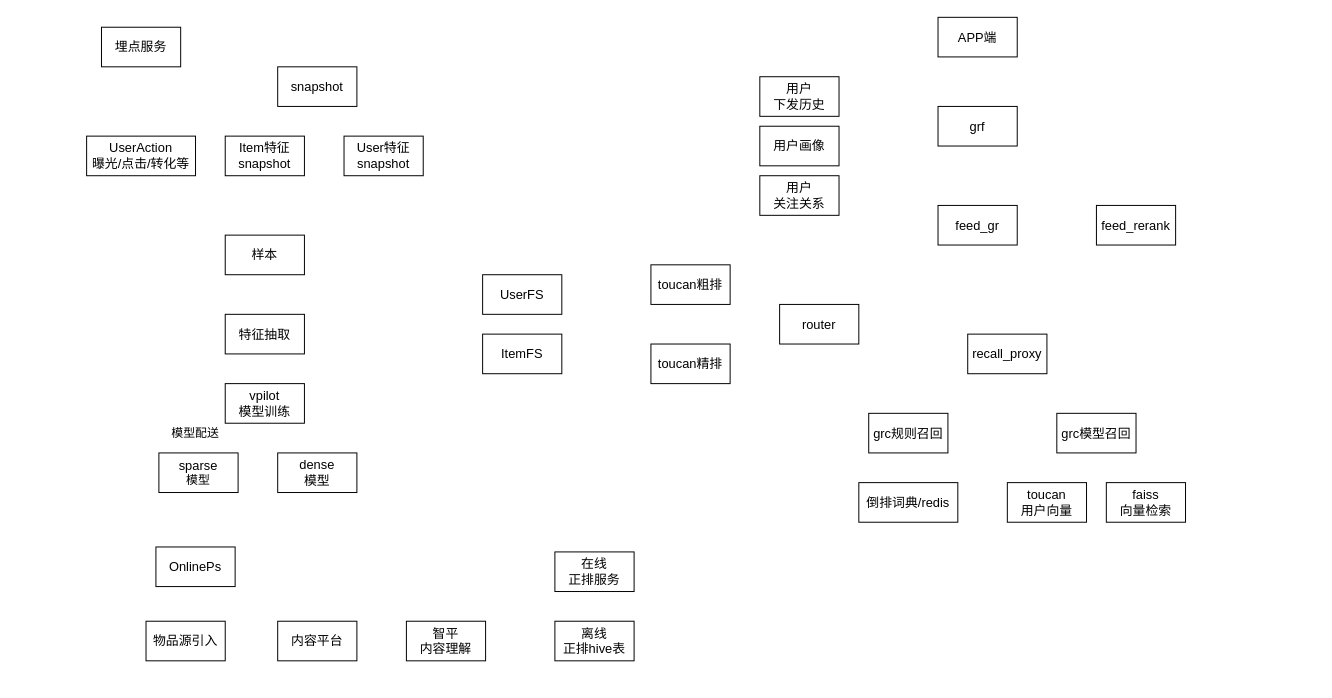
Earlier version of the draw.io diagram page "第 1 页" (1 of 3) of 推荐系统整体架构.drawio (yantao006/draw_io). Source tidied: cells renumbered, new cells numbered last; positions are measured from the earlier drawing's top-left corner, leaving out a move shared by most shapes. Both pictures are drawn from the tidied source at 99%, with x=0, y=0 at pixel (86, 17).
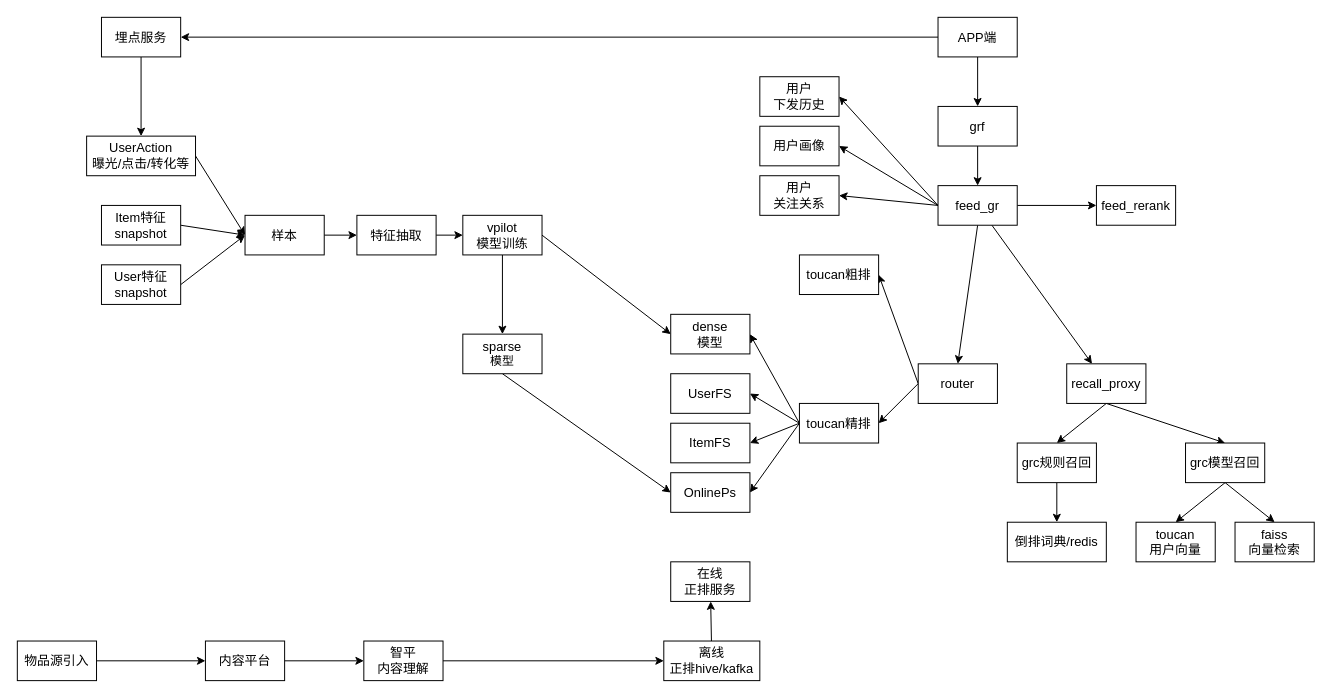
After the change.

Commit message:
更新推荐系统整体架构.drawio

The change refers to these unchanged cells:
```xml
<mxCell id="2" value="&lt;font style=&quot;font-size: 13px;&quot;&gt;APP端&lt;/font&gt;" style="rounded=0;whiteSpace=wrap;html=1;" parent="1" vertex="1">
  <mxGeometry x="860" width="80" height="40" as="geometry" />
</mxCell>
<mxCell id="3" value="&lt;font style=&quot;font-size: 13px;&quot;&gt;grf&lt;/font&gt;" style="rounded=0;whiteSpace=wrap;html=1;" parent="1" vertex="1">
  <mxGeometry x="860" y="90" width="80" height="40" as="geometry" />
</mxCell>
<mxCell id="18" value="&lt;span style=&quot;font-size: 13px;&quot;&gt;用户&lt;br&gt;下发历史&lt;/span&gt;" style="rounded=0;whiteSpace=wrap;html=1;" parent="1" vertex="1">
  <mxGeometry x="680" y="60" width="80" height="40" as="geometry" />
</mxCell>
<mxCell id="19" value="&lt;span style=&quot;font-size: 13px;&quot;&gt;用户画像&lt;br&gt;&lt;/span&gt;" style="rounded=0;whiteSpace=wrap;html=1;" parent="1" vertex="1">
  <mxGeometry x="680" y="110" width="80" height="40" as="geometry" />
</mxCell>
<mxCell id="20" value="&lt;span style=&quot;font-size: 13px;&quot;&gt;用户&lt;br&gt;关注关系&lt;br&gt;&lt;/span&gt;" style="rounded=0;whiteSpace=wrap;html=1;" parent="1" vertex="1">
  <mxGeometry x="680" y="160" width="80" height="40" as="geometry" />
</mxCell>
<mxCell id="34" value="&lt;span style=&quot;font-size: 13px;&quot;&gt;UserAction&lt;br&gt;曝光/点击/转化等&lt;br&gt;&lt;/span&gt;" style="rounded=0;whiteSpace=wrap;html=1;" parent="1" vertex="1">
  <mxGeometry y="120" width="110" height="40" as="geometry" />
</mxCell>
```

What changed in the source:
```diff
@@
+    <mxCell id="37" style="edgeStyle=orthogonalEdgeStyle;rounded=0;jettySize=auto;html=1;" parent="1" edge="1" source="2" target="3">
+      <mxGeometry relative="1" as="geometry" />
+    </mxCell>
+    <mxCell id="38" style="edgeStyle=none;rounded=0;jettySize=auto;html=1;exitX=0;exitY=0.5;exitDx=0;exitDy=0;entryX=1;entryY=0.5;entryDx=0;entryDy=0;" parent="1" edge="1" source="2" target="21">
+      <mxGeometry relative="1" as="geometry" />
+    </mxCell>
@@
+    <mxCell id="39" style="edgeStyle=orthogonalEdgeStyle;rounded=0;jettySize=auto;html=1;" parent="1" edge="1" source="3" target="4">
+      <mxGeometry relative="1" as="geometry" />
+    </mxCell>
@@
+    <mxCell id="40" style="rounded=0;jettySize=auto;html=1;" parent="1" edge="1" source="4" target="5">
+      <mxGeometry relative="1" as="geometry" />
+    </mxCell>
+    <mxCell id="41" style="edgeStyle=none;rounded=0;jettySize=auto;html=1;exitX=0;exitY=0.5;exitDx=0;exitDy=0;entryX=1;entryY=0.5;entryDx=0;entryDy=0;" parent="1" edge="1" source="4" target="18">
+      <mxGeometry relative="1" as="geometry" />
+    </mxCell>
+    <mxCell id="42" style="edgeStyle=none;rounded=0;jettySize=auto;html=1;exitX=0;exitY=0.5;exitDx=0;exitDy=0;entryX=1;entryY=0.5;entryDx=0;entryDy=0;" parent="1" edge="1" source="4" target="19">
+      <mxGeometry relative="1" as="geometry" />
+    </mxCell>
+    <mxCell id="43" style="edgeStyle=none;rounded=0;jettySize=auto;html=1;exitX=0;exitY=0.5;exitDx=0;exitDy=0;entryX=1;entryY=0.5;entryDx=0;entryDy=0;" parent="1" edge="1" source="4" target="20">
+      <mxGeometry relative="1" as="geometry" />
+    </mxCell>
+    <mxCell id="44" style="edgeStyle=none;rounded=0;jettySize=auto;html=1;" parent="1" edge="1" source="4" target="11">
+      <mxGeometry relative="1" as="geometry" />
+    </mxCell>
+    <mxCell id="45" style="edgeStyle=none;rounded=0;jettySize=auto;html=1;exitX=0.5;exitY=1;exitDx=0;exitDy=0;entryX=0.5;entryY=0;entryDx=0;entryDy=0;" parent="1" edge="1" source="4" target="8">
+      <mxGeometry relative="1" as="geometry" />
+    </mxCell>
     <mxCell id="4" value="&lt;span style=&quot;font-size: 13px;&quot;&gt;feed_gr&lt;/span&gt;" style="rounded=0;whiteSpace=wrap;html=1;" parent="1" vertex="1">
-      <mxGeometry x="860" y="190" width="80" height="40" as="geometry" />
+      <mxGeometry x="860" y="170" width="80" height="40" as="geometry" />
     </mxCell>
+    <mxCell id="46" style="edgeStyle=none;rounded=0;jettySize=auto;html=1;exitX=0.5;exitY=1;exitDx=0;exitDy=0;entryX=0.5;entryY=0;entryDx=0;entryDy=0;" parent="1" edge="1" source="5" target="6">
+      <mxGeometry relative="1" as="geometry" />
+    </mxCell>
+    <mxCell id="47" style="edgeStyle=none;rounded=0;jettySize=auto;html=1;exitX=0.5;exitY=1;exitDx=0;exitDy=0;entryX=0.5;entryY=0;entryDx=0;entryDy=0;" parent="1" edge="1" source="5" target="7">
+      <mxGeometry relative="1" as="geometry" />
+    </mxCell>
     <mxCell id="5" value="&lt;span style=&quot;font-size: 13px;&quot;&gt;recall_proxy&lt;/span&gt;" style="rounded=0;whiteSpace=wrap;html=1;" parent="1" vertex="1">
-      <mxGeometry x="890" y="320" width="80" height="40" as="geometry" />
+      <mxGeometry x="990" y="350" width="80" height="40" as="geometry" />
     </mxCell>
+    <mxCell id="48" style="edgeStyle=none;rounded=0;jettySize=auto;html=1;" parent="1" edge="1" source="6" target="32">
+      <mxGeometry relative="1" as="geometry" />
+    </mxCell>
     <mxCell id="6" value="&lt;span style=&quot;font-size: 13px;&quot;&gt;grc规则召回&lt;br&gt;&lt;/span&gt;" style="rounded=0;whiteSpace=wrap;html=1;" parent="1" vertex="1">
-      <mxGeometry x="790" y="400" width="80" height="40" as="geometry" />
+      <mxGeometry x="940" y="430" width="80" height="40" as="geometry" />
     </mxCell>
+    <mxCell id="49" style="edgeStyle=none;rounded=0;jettySize=auto;html=1;exitX=0.5;exitY=1;exitDx=0;exitDy=0;entryX=0.5;entryY=0;entryDx=0;entryDy=0;" parent="1" edge="1" source="7" target="12">
+      <mxGeometry relative="1" as="geometry" />
+    </mxCell>
+    <mxCell id="50" style="edgeStyle=none;rounded=0;jettySize=auto;html=1;exitX=0.5;exitY=1;exitDx=0;exitDy=0;entryX=0.5;entryY=0;entryDx=0;entryDy=0;" parent="1" edge="1" source="7" target="13">
+      <mxGeometry relative="1" as="geometry" />
+    </mxCell>
     <mxCell id="7" value="&lt;span style=&quot;font-size: 13px;&quot;&gt;grc模型召回&lt;br&gt;&lt;/span&gt;" style="rounded=0;whiteSpace=wrap;html=1;" parent="1" vertex="1">
-      <mxGeometry x="980" y="400" width="80" height="40" as="geometry" />
+      <mxGeometry x="1110" y="430" width="80" height="40" as="geometry" />
     </mxCell>
+    <mxCell id="51" style="edgeStyle=none;rounded=0;jettySize=auto;html=1;exitX=0;exitY=0.5;exitDx=0;exitDy=0;entryX=1;entryY=0.5;entryDx=0;entryDy=0;" parent="1" edge="1" source="8" target="9">
+      <mxGeometry relative="1" as="geometry" />
+    </mxCell>
+    <mxCell id="52" style="edgeStyle=none;rounded=0;jettySize=auto;html=1;exitX=0;exitY=0.5;exitDx=0;exitDy=0;entryX=1;entryY=0.5;entryDx=0;entryDy=0;" parent="1" edge="1" source="8" target="10">
+      <mxGeometry relative="1" as="geometry" />
+    </mxCell>
     <mxCell id="8" value="&lt;span style=&quot;font-size: 13px;&quot;&gt;router&lt;/span&gt;" style="rounded=0;whiteSpace=wrap;html=1;" parent="1" vertex="1">
-      <mxGeometry x="700" y="290" width="80" height="40" as="geometry" />
+      <mxGeometry x="840" y="350" width="80" height="40" as="geometry" />
     </mxCell>
     <mxCell id="9" value="&lt;span style=&quot;font-size: 13px;&quot;&gt;toucan粗排&lt;/span&gt;" style="rounded=0;whiteSpace=wrap;html=1;" parent="1" vertex="1">
-      <mxGeometry x="570" y="250" width="80" height="40" as="geometry" />
+      <mxGeometry x="720" y="240" width="80" height="40" as="geometry" />
     </mxCell>
+    <mxCell id="53" style="edgeStyle=none;rounded=0;jettySize=auto;html=1;exitX=0;exitY=0.5;exitDx=0;exitDy=0;entryX=1;entryY=0.5;entryDx=0;entryDy=0;" parent="1" edge="1" source="10" target="25">
+      <mxGeometry relative="1" as="geometry" />
+    </mxCell>
+    <mxCell id="54" style="edgeStyle=none;rounded=0;jettySize=auto;html=1;exitX=0;exitY=0.5;exitDx=0;exitDy=0;entryX=1;entryY=0.5;entryDx=0;entryDy=0;" parent="1" edge="1" source="10" target="26">
+      <mxGeometry relative="1" as="geometry" />
+    </mxCell>
+    <mxCell id="55" style="edgeStyle=none;rounded=0;jettySize=auto;html=1;exitX=0;exitY=0.5;exitDx=0;exitDy=0;entryX=1;entryY=0.5;entryDx=0;entryDy=0;" parent="1" edge="1" source="10" target="30">
+      <mxGeometry relative="1" as="geometry" />
+    </mxCell>
+    <mxCell id="56" style="edgeStyle=none;rounded=0;jettySize=auto;html=1;exitX=0;exitY=0.5;exitDx=0;exitDy=0;entryX=1;entryY=0.5;entryDx=0;entryDy=0;" parent="1" edge="1" source="10" target="28">
+      <mxGeometry relative="1" as="geometry" />
+    </mxCell>
     <mxCell id="10" value="&lt;span style=&quot;font-size: 13px;&quot;&gt;toucan精排&lt;/span&gt;" style="rounded=0;whiteSpace=wrap;html=1;" parent="1" vertex="1">
-      <mxGeometry x="570" y="330" width="80" height="40" as="geometry" />
+      <mxGeometry x="720" y="390" width="80" height="40" as="geometry" />
     </mxCell>
     <mxCell id="11" value="&lt;span style=&quot;font-size: 13px;&quot;&gt;feed_rerank&lt;/span&gt;" style="rounded=0;whiteSpace=wrap;html=1;" parent="1" vertex="1">
-      <mxGeometry x="1020" y="190" width="80" height="40" as="geometry" />
+      <mxGeometry x="1020" y="170" width="80" height="40" as="geometry" />
     </mxCell>
     <mxCell id="12" value="&lt;span style=&quot;font-size: 13px;&quot;&gt;toucan&lt;br&gt;用户向量&lt;br&gt;&lt;/span&gt;" style="rounded=0;whiteSpace=wrap;html=1;" parent="1" vertex="1">
-      <mxGeometry x="930" y="470" width="80" height="40" as="geometry" />
+      <mxGeometry x="1060" y="510" width="80" height="40" as="geometry" />
     </mxCell>
     <mxCell id="13" value="&lt;span style=&quot;font-size: 13px;&quot;&gt;faiss&lt;br&gt;向量检索&lt;br&gt;&lt;/span&gt;" style="rounded=0;whiteSpace=wrap;html=1;" parent="1" vertex="1">
-      <mxGeometry x="1030" y="470" width="80" height="40" as="geometry" />
+      <mxGeometry x="1160" y="510" width="80" height="40" as="geometry" />
     </mxCell>
+    <mxCell id="57" style="edgeStyle=none;rounded=0;jettySize=auto;html=1;" parent="1" edge="1" source="14" target="15">
+      <mxGeometry relative="1" as="geometry" />
+    </mxCell>
     <mxCell id="14" value="&lt;span style=&quot;font-size: 13px;&quot;&gt;物品源引入&lt;/span&gt;" style="rounded=0;whiteSpace=wrap;html=1;" parent="1" vertex="1">
-      <mxGeometry x="60" y="610" width="80" height="40" as="geometry" />
+      <mxGeometry x="-70" y="630" width="80" height="40" as="geometry" />
     </mxCell>
+    <mxCell id="58" style="edgeStyle=none;rounded=0;jettySize=auto;html=1;" parent="1" edge="1" source="15" target="16">
+      <mxGeometry relative="1" as="geometry" />
+    </mxCell>
     <mxCell id="15" value="&lt;span style=&quot;font-size: 13px;&quot;&gt;内容平台&lt;/span&gt;" style="rounded=0;whiteSpace=wrap;html=1;" parent="1" vertex="1">
-      <mxGeometry x="193" y="610" width="80" height="40" as="geometry" />
+      <mxGeometry x="120" y="630" width="80" height="40" as="geometry" />
     </mxCell>
+    <mxCell id="59" style="edgeStyle=none;rounded=0;jettySize=auto;html=1;" parent="1" edge="1" source="16" target="17">
+      <mxGeometry relative="1" as="geometry" />
+    </mxCell>
     <mxCell id="16" value="&lt;span style=&quot;font-size: 13px;&quot;&gt;智平&lt;br&gt;内容理解&lt;/span&gt;" style="rounded=0;whiteSpace=wrap;html=1;" parent="1" vertex="1">
-      <mxGeometry x="323" y="610" width="80" height="40" as="geometry" />
+      <mxGeometry x="280" y="630" width="80" height="40" as="geometry" />
     </mxCell>
+    <mxCell id="60" style="edgeStyle=none;rounded=0;jettySize=auto;html=1;" parent="1" edge="1" source="17" target="33">
+      <mxGeometry relative="1" as="geometry" />
+    </mxCell>
-    <mxCell id="17" value="&lt;span style=&quot;font-size: 13px;&quot;&gt;离线&lt;br&gt;正排hive表&lt;br&gt;&lt;/span&gt;" style="rounded=0;whiteSpace=wrap;html=1;" parent="1" vertex="1">
-      <mxGeometry x="473" y="610" width="80" height="40" as="geometry" />
+    <mxCell id="17" value="&lt;span style=&quot;font-size: 13px;&quot;&gt;离线&lt;br&gt;正排hive/kafka&lt;br&gt;&lt;/span&gt;" style="rounded=0;whiteSpace=wrap;html=1;" parent="1" vertex="1">
+      <mxGeometry x="583" y="630" width="97" height="40" as="geometry" />
     </mxCell>
@@
+    <mxCell id="61" style="edgeStyle=none;rounded=0;jettySize=auto;html=1;" parent="1" edge="1" source="21" target="34">
+      <mxGeometry relative="1" as="geometry" />
+    </mxCell>
     <mxCell id="21" value="&lt;span style=&quot;font-size: 13px;&quot;&gt;埋点服务&lt;/span&gt;" style="rounded=0;whiteSpace=wrap;html=1;" parent="1" vertex="1">
-      <mxGeometry x="15" y="10" width="80" height="40" as="geometry" />
+      <mxGeometry x="15" width="80" height="40" as="geometry" />
     </mxCell>
+    <mxCell id="62" style="edgeStyle=none;rounded=0;jettySize=auto;html=1;exitX=1;exitY=0.5;exitDx=0;exitDy=0;startArrow=none;" parent="1" edge="1" source="23">
+      <mxGeometry relative="1" as="geometry">
+        <mxPoint x="200" y="220" as="targetPoint" />
+      </mxGeometry>
+    </mxCell>
+    <mxCell id="63" style="edgeStyle=none;rounded=0;jettySize=auto;html=1;exitX=1;exitY=0.5;exitDx=0;exitDy=0;entryX=0;entryY=0.5;entryDx=0;entryDy=0;" parent="1" edge="1" source="22" target="23">
+      <mxGeometry relative="1" as="geometry" />
+    </mxCell>
     <mxCell id="22" value="&lt;span style=&quot;font-size: 13px;&quot;&gt;User特征&lt;br&gt;snapshot&lt;br&gt;&lt;/span&gt;" style="rounded=0;whiteSpace=wrap;html=1;" parent="1" vertex="1">
-      <mxGeometry x="260" y="120" width="80" height="40" as="geometry" />
+      <mxGeometry x="15" y="250" width="80" height="40" as="geometry" />
     </mxCell>
-    <mxCell id="23" value="&lt;span style=&quot;font-size: 13px;&quot;&gt;样本&lt;/span&gt;" style="rounded=0;whiteSpace=wrap;html=1;" parent="1" vertex="1">
-      <mxGeometry x="140" y="220" width="80" height="40" as="geometry" />
-    </mxCell>
-    <mxCell id="24" value="&lt;span style=&quot;font-size: 13px;&quot;&gt;snapshot&lt;/span&gt;" style="rounded=0;whiteSpace=wrap;html=1;" parent="1" vertex="1">
-      <mxGeometry x="193" y="50" width="80" height="40" as="geometry" />
-    </mxCell>
+    <mxCell id="64" style="edgeStyle=none;rounded=0;jettySize=auto;html=1;" parent="1" edge="1" source="23" target="36">
+      <mxGeometry relative="1" as="geometry" />
+    </mxCell>
     <mxCell id="25" value="&lt;span style=&quot;font-size: 13px;&quot;&gt;UserFS&lt;/span&gt;" style="rounded=0;whiteSpace=wrap;html=1;" parent="1" vertex="1">
-      <mxGeometry x="400" y="260" width="80" height="40" as="geometry" />
+      <mxGeometry x="590" y="360" width="80" height="40" as="geometry" />
     </mxCell>
     <mxCell id="26" value="&lt;span style=&quot;font-size: 13px;&quot;&gt;ItemFS&lt;/span&gt;" style="rounded=0;whiteSpace=wrap;html=1;" parent="1" vertex="1">
-      <mxGeometry x="400" y="320" width="80" height="40" as="geometry" />
+      <mxGeometry x="590" y="410" width="80" height="40" as="geometry" />
     </mxCell>
+    <mxCell id="65" style="edgeStyle=none;rounded=0;jettySize=auto;html=1;" parent="1" edge="1" source="27" target="29">
+      <mxGeometry relative="1" as="geometry" />
+    </mxCell>
+    <mxCell id="66" style="edgeStyle=none;rounded=0;jettySize=auto;html=1;exitX=1;exitY=0.5;exitDx=0;exitDy=0;entryX=0;entryY=0.5;entryDx=0;entryDy=0;" parent="1" edge="1" source="27" target="28">
+      <mxGeometry relative="1" as="geometry" />
+    </mxCell>
     <mxCell id="27" value="&lt;span style=&quot;font-size: 13px;&quot;&gt;vpilot&lt;br&gt;模型训练&lt;/span&gt;" style="rounded=0;whiteSpace=wrap;html=1;" parent="1" vertex="1">
-      <mxGeometry x="140" y="370" width="80" height="40" as="geometry" />
+      <mxGeometry x="380" y="200" width="80" height="40" as="geometry" />
     </mxCell>
     <mxCell id="28" value="&lt;span style=&quot;font-size: 13px;&quot;&gt;dense&lt;br&gt;模型&lt;/span&gt;" style="rounded=0;whiteSpace=wrap;html=1;" parent="1" vertex="1">
-      <mxGeometry x="193" y="440" width="80" height="40" as="geometry" />
+      <mxGeometry x="590" y="300" width="80" height="40" as="geometry" />
     </mxCell>
+    <mxCell id="67" style="edgeStyle=none;rounded=0;jettySize=auto;html=1;exitX=0.5;exitY=1;exitDx=0;exitDy=0;entryX=0;entryY=0.5;entryDx=0;entryDy=0;" parent="1" edge="1" source="29" target="30">
+      <mxGeometry relative="1" as="geometry" />
+    </mxCell>
     <mxCell id="29" value="&lt;span style=&quot;font-size: 13px;&quot;&gt;sparse&lt;br&gt;&lt;/span&gt;模型" style="rounded=0;whiteSpace=wrap;html=1;" parent="1" vertex="1">
-      <mxGeometry x="73" y="440" width="80" height="40" as="geometry" />
+      <mxGeometry x="380" y="320" width="80" height="40" as="geometry" />
     </mxCell>
     <mxCell id="30" value="&lt;span style=&quot;font-size: 13px;&quot;&gt;OnlinePs&lt;br&gt;&lt;/span&gt;" style="rounded=0;whiteSpace=wrap;html=1;" parent="1" vertex="1">
-      <mxGeometry x="70" y="535" width="80" height="40" as="geometry" />
+      <mxGeometry x="590" y="460" width="80" height="40" as="geometry" />
     </mxCell>
-    <mxCell id="31" value="模型配送" style="text;html=1;strokeColor=none;fillColor=none;align=center;verticalAlign=middle;whiteSpace=wrap;rounded=0;" parent="1" vertex="1">
-      <mxGeometry x="80" y="405" width="60" height="30" as="geometry" />
-    </mxCell>
     <mxCell id="32" value="&lt;span style=&quot;font-size: 13px;&quot;&gt;倒排词典/redis&lt;br&gt;&lt;/span&gt;" style="rounded=0;whiteSpace=wrap;html=1;" parent="1" vertex="1">
-      <mxGeometry x="780" y="470" width="100" height="40" as="geometry" />
+      <mxGeometry x="930" y="510" width="100" height="40" as="geometry" />
     </mxCell>
     <mxCell id="33" value="&lt;span style=&quot;font-size: 13px;&quot;&gt;在线&lt;br&gt;正排服务&lt;br&gt;&lt;/span&gt;" style="rounded=0;whiteSpace=wrap;html=1;" parent="1" vertex="1">
-      <mxGeometry x="473" y="540" width="80" height="40" as="geometry" />
+      <mxGeometry x="590" y="550" width="80" height="40" as="geometry" />
     </mxCell>
+    <mxCell id="68" style="edgeStyle=none;rounded=0;jettySize=auto;html=1;exitX=1;exitY=0.5;exitDx=0;exitDy=0;entryX=0;entryY=0.5;entryDx=0;entryDy=0;" parent="1" edge="1" source="34" target="23">
+      <mxGeometry relative="1" as="geometry" />
+    </mxCell>
@@
+    <mxCell id="69" style="edgeStyle=none;rounded=0;jettySize=auto;html=1;exitX=1;exitY=0.5;exitDx=0;exitDy=0;entryX=0;entryY=0.5;entryDx=0;entryDy=0;" parent="1" edge="1" source="35" target="23">
+      <mxGeometry relative="1" as="geometry" />
+    </mxCell>
     <mxCell id="35" value="&lt;span style=&quot;font-size: 13px;&quot;&gt;Item特征&lt;br&gt;snapshot&lt;br&gt;&lt;/span&gt;" style="rounded=0;whiteSpace=wrap;html=1;" parent="1" vertex="1">
-      <mxGeometry x="140" y="120" width="80" height="40" as="geometry" />
+      <mxGeometry x="15" y="190" width="80" height="40" as="geometry" />
     </mxCell>
+    <mxCell id="70" style="edgeStyle=none;rounded=0;jettySize=auto;html=1;" parent="1" edge="1" source="36" target="27">
+      <mxGeometry relative="1" as="geometry" />
+    </mxCell>
     <mxCell id="36" value="&lt;span style=&quot;font-size: 13px;&quot;&gt;特征抽取&lt;/span&gt;" style="rounded=0;whiteSpace=wrap;html=1;" parent="1" vertex="1">
-      <mxGeometry x="140" y="300" width="80" height="40" as="geometry" />
+      <mxGeometry x="273" y="200" width="80" height="40" as="geometry" />
     </mxCell>
+    <mxCell id="23" value="&lt;span style=&quot;font-size: 13px;&quot;&gt;样本&lt;/span&gt;" style="rounded=0;whiteSpace=wrap;html=1;" parent="1" vertex="1">
+      <mxGeometry x="160" y="200" width="80" height="40" as="geometry" />
+    </mxCell>
```
